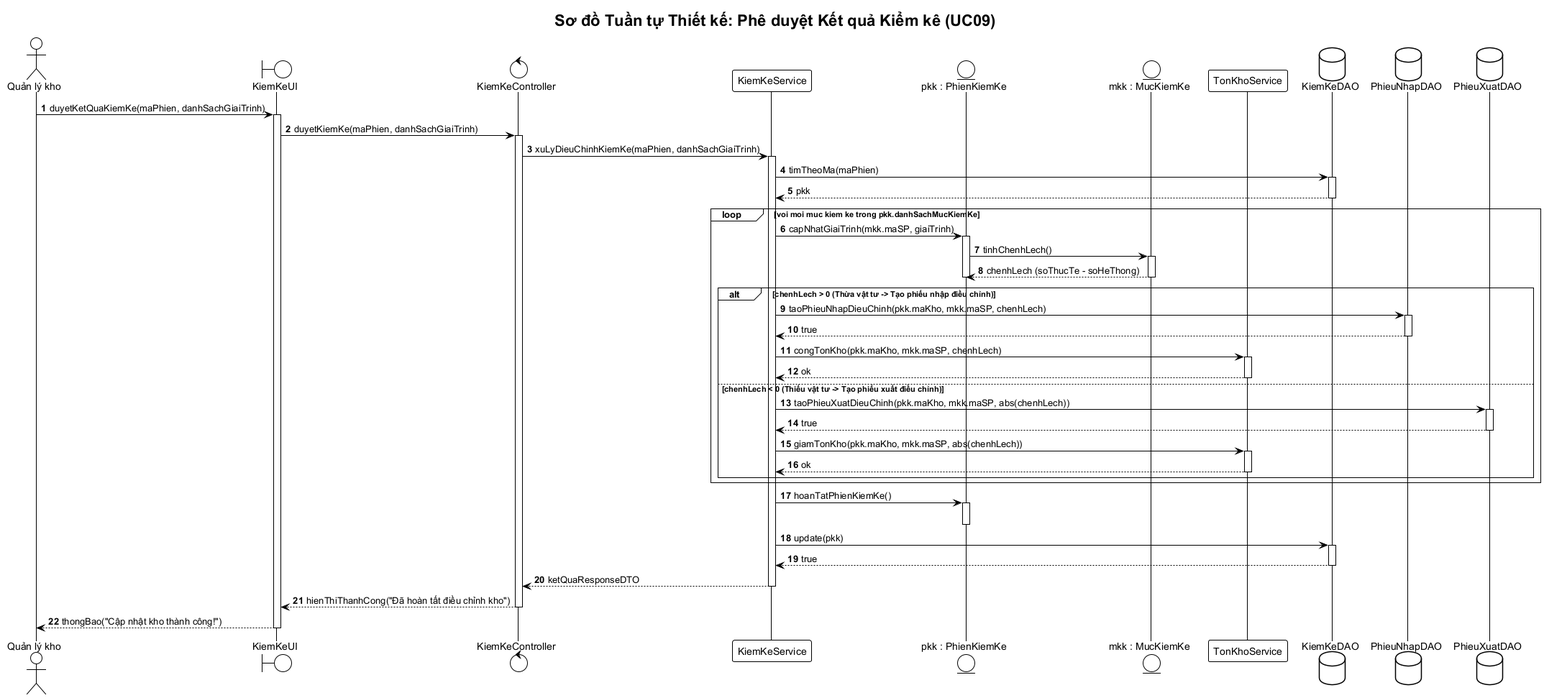
vuhoabinh2416137/G8_Quanlysanphamvakhohang keeps this PlantUML diagram as BTL-QuanLyKhoHang/diagrams/sequence-kiem-ke.png. Above is the earlier version.
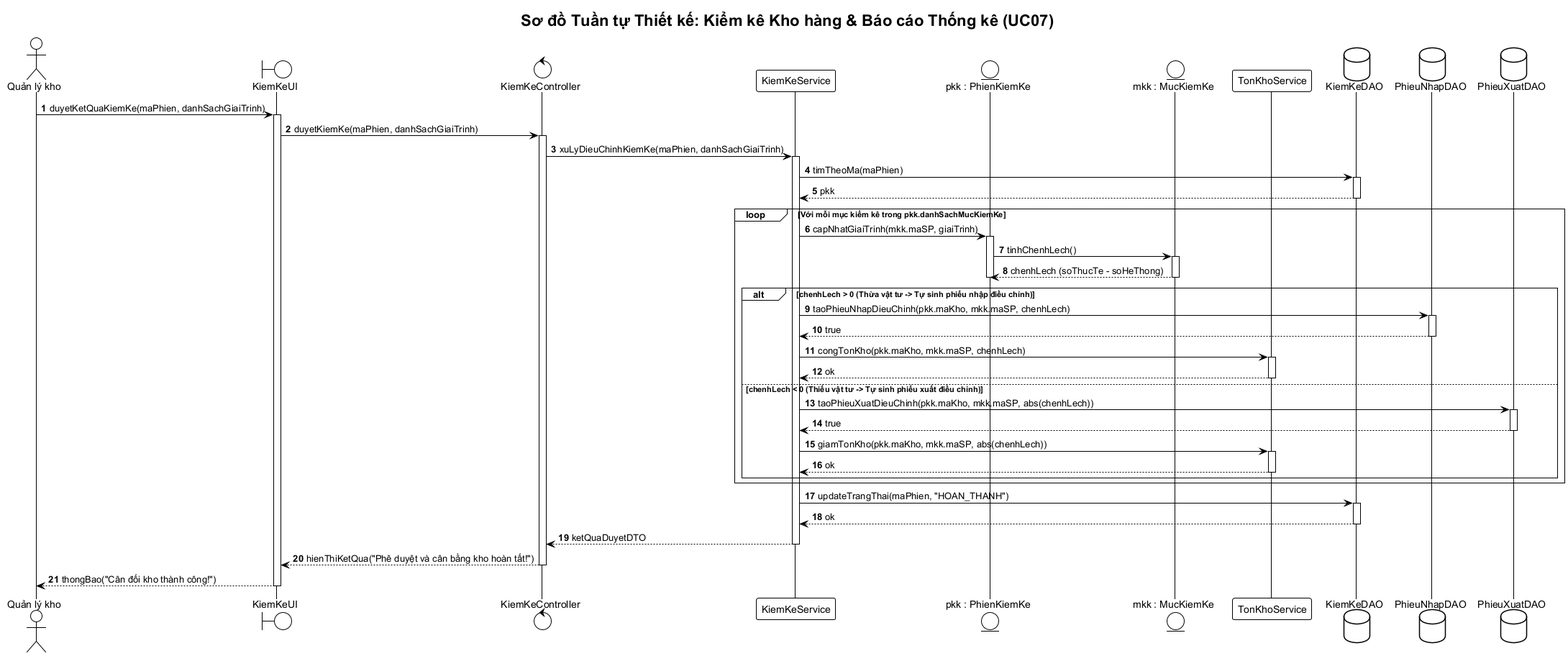
The same diagram one commit later.

The edit, as a diff of the source:
```diff
@@ -4,7 +4,7 @@
 skinparam responseMessageBelowArrow true
 skinparam defaultFontName "Arial"
 
-title Sơ đồ Tuần tự Thiết kế: Phê duyệt Kết quả Kiểm kê (UC09)
+title Sơ đồ Tuần tự Thiết kế: Kiểm kê Kho hàng & Báo cáo Thống kê (UC07)
 
 actor "Quản lý kho" as QLK
 boundary "KiemKeUI" as UI
@@ -30,7 +30,7 @@
 KKDAO --> Service: pkk
 deactivate KKDAO
 
-loop voi moi muc kiem ke trong pkk.danhSachMucKiemKe
+loop Với mỗi mục kiểm kê trong pkk.danhSachMucKiemKe
     Service -> PKK: capNhatGiaiTrinh(mkk.maSP, giaiTrinh)
     activate PKK
     PKK -> MKK: tinhChenhLech()
@@ -39,7 +39,7 @@
     deactivate MKK
     deactivate PKK
 
-    alt chenhLech > 0 (Thừa vật tư -> Tạo phiếu nhập điều chỉnh)
+    alt chenhLech > 0 (Thừa vật tư -> Tự sinh phiếu nhập điều chỉnh)
         Service -> PNDAO: taoPhieuNhapDieuChinh(pkk.maKho, mkk.maSP, chenhLech)
         activate PNDAO
         PNDAO --> Service: true
@@ -48,7 +48,7 @@
         activate TKService
         TKService --> Service: ok
         deactivate TKService
-    else chenhLech < 0 (Thiếu vật tư -> Tạo phiếu xuất điều chỉnh)
+    else chenhLech < 0 (Thiếu vật tư -> Tự sinh phiếu xuất điều chỉnh)
         Service -> PXDAO: taoPhieuXuatDieuChinh(pkk.maKho, mkk.maSP, abs(chenhLech))
         activate PXDAO
         PXDAO --> Service: true
@@ -60,21 +60,17 @@
     end
 end
 
-Service -> PKK: hoanTatPhienKiemKe()
-activate PKK
-deactivate PKK
-
-Service -> KKDAO: update(pkk)
+Service -> KKDAO: updateTrangThai(maPhien, "HOAN_THANH")
 activate KKDAO
-KKDAO --> Service: true
+KKDAO --> Service: ok
 deactivate KKDAO
 
-Service --> Ctrl: ketQuaResponseDTO
+Service --> Ctrl: ketQuaDuyetDTO
 deactivate Service
 
-Ctrl --> UI: hienThiThanhCong("Đã hoàn tất điều chỉnh kho")
+Ctrl --> UI: hienThiKetQua("Phê duyệt và cân bằng kho hoàn tất!")
 deactivate Ctrl
 
-UI --> QLK: thongBao("Cập nhật kho thành công!")
+UI --> QLK: thongBao("Cân đối kho thành công!")
 deactivate UI
 @enduml
```
